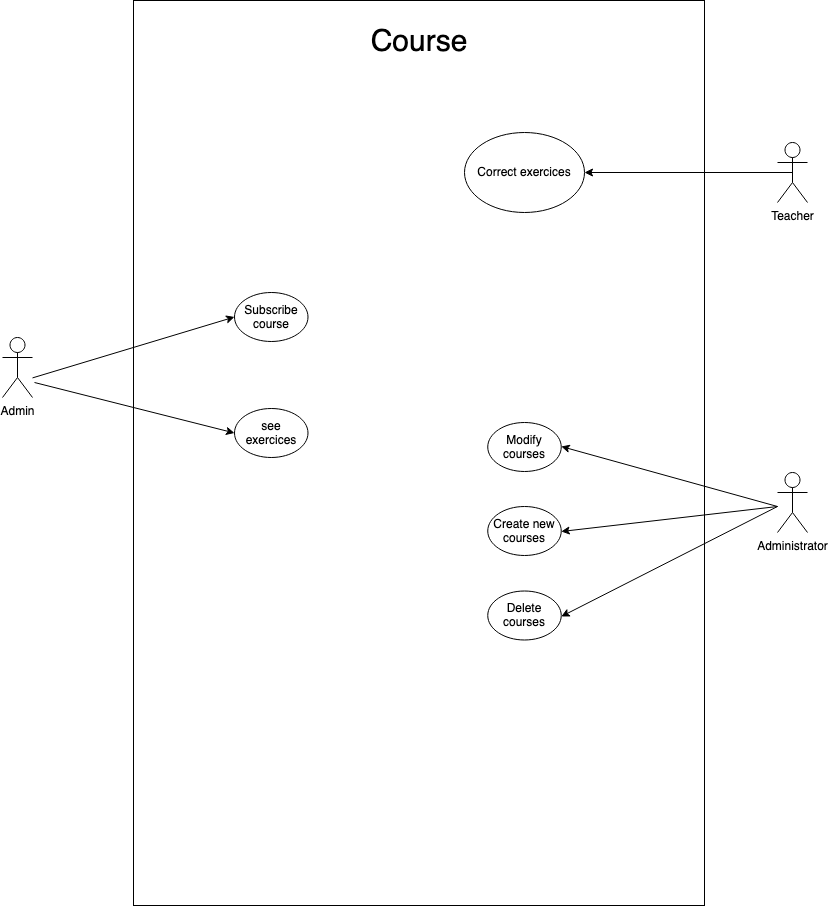
Earlier version of the draw.io export uses_cases-Cours.png (LuqaEducation/docs). Source tidied: cells renumbered, new cells last; positions are measured from the earlier drawing's top-left corner, leaving out a move shared by most shapes.
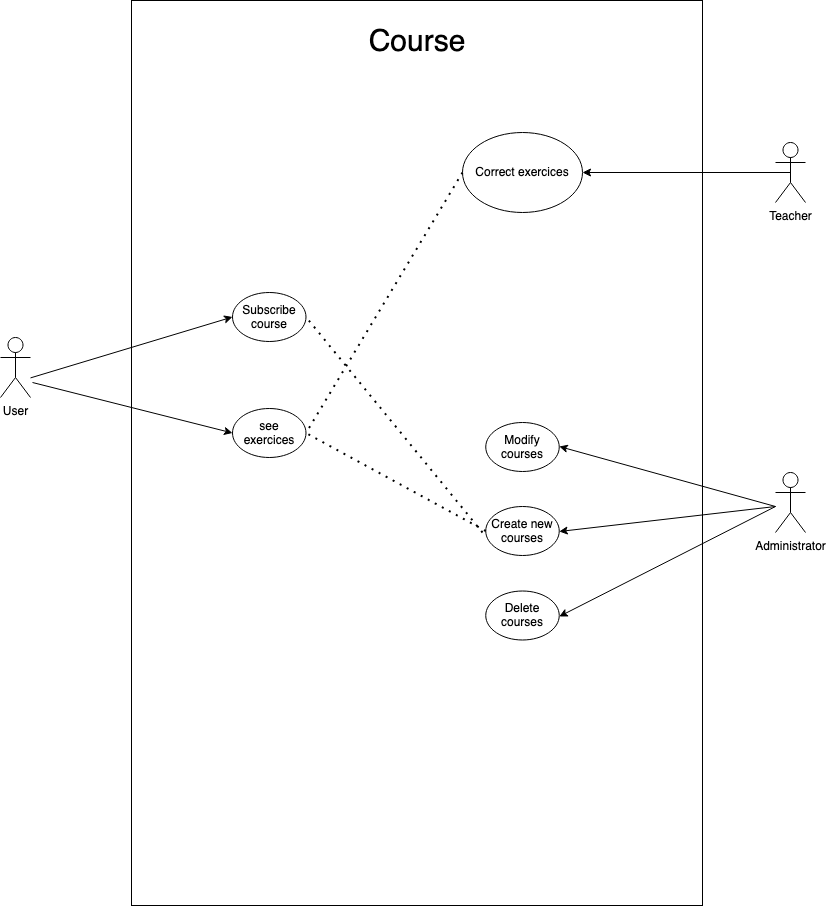
Above is the later version.

Commit message:
add: Use cases

Diff of the diagram source:
```diff
@@ -8,7 +8,7 @@
     <mxCell id="3" value="&lt;font style=&quot;font-size: 30px&quot;&gt;Course&lt;/font&gt;" style="text;html=1;strokeColor=none;fillColor=none;align=center;verticalAlign=middle;whiteSpace=wrap;rounded=0;" parent="1" vertex="1">
       <mxGeometry x="396.5" y="32" width="40" height="20" as="geometry" />
     </mxCell>
-    <mxCell id="4" value="Admin" style="shape=umlActor;verticalLabelPosition=bottom;verticalAlign=top;html=1;" parent="1" vertex="1">
+    <mxCell id="4" value="User" style="shape=umlActor;verticalLabelPosition=bottom;verticalAlign=top;html=1;" parent="1" vertex="1">
       <mxGeometry y="337" width="30" height="60" as="geometry" />
     </mxCell>
     <mxCell id="5" value="Administrator" style="shape=umlActor;verticalLabelPosition=bottom;verticalAlign=top;html=1;" parent="1" vertex="1">
@@ -66,5 +66,16 @@
     <mxCell id="18" value="Teacher" style="shape=umlActor;verticalLabelPosition=bottom;verticalAlign=top;html=1;outlineConnect=0;" parent="1" vertex="1">
       <mxGeometry x="775" y="142" width="30" height="60" as="geometry" />
     </mxCell>
+    <mxCell id="19" style="endArrow=none;dashed=1;html=1;dashPattern=1 3;strokeWidth=2;exitX=0;exitY=0.5;exitDx=0;exitDy=0;entryX=1;entryY=0.5;entryDx=0;entryDy=0;" parent="1" edge="1" source="8" target="7">
+      <mxGeometry relative="1" as="geometry" />
+    </mxCell>
+    <mxCell id="20" style="endArrow=none;dashed=1;html=1;dashPattern=1 3;strokeWidth=2;entryX=1;entryY=0.5;entryDx=0;entryDy=0;" parent="1" edge="1" target="6">
+      <mxGeometry relative="1" as="geometry">
+        <mxPoint x="482" y="532" as="sourcePoint" />
+      </mxGeometry>
+    </mxCell>
+    <mxCell id="21" style="endArrow=none;dashed=1;html=1;dashPattern=1 3;strokeWidth=2;entryX=1;entryY=0.5;entryDx=0;entryDy=0;exitX=0;exitY=0.5;exitDx=0;exitDy=0;" parent="1" edge="1" source="16" target="7">
+      <mxGeometry relative="1" as="geometry" />
+    </mxCell>
   </root>
 </mxGraphModel>
```
